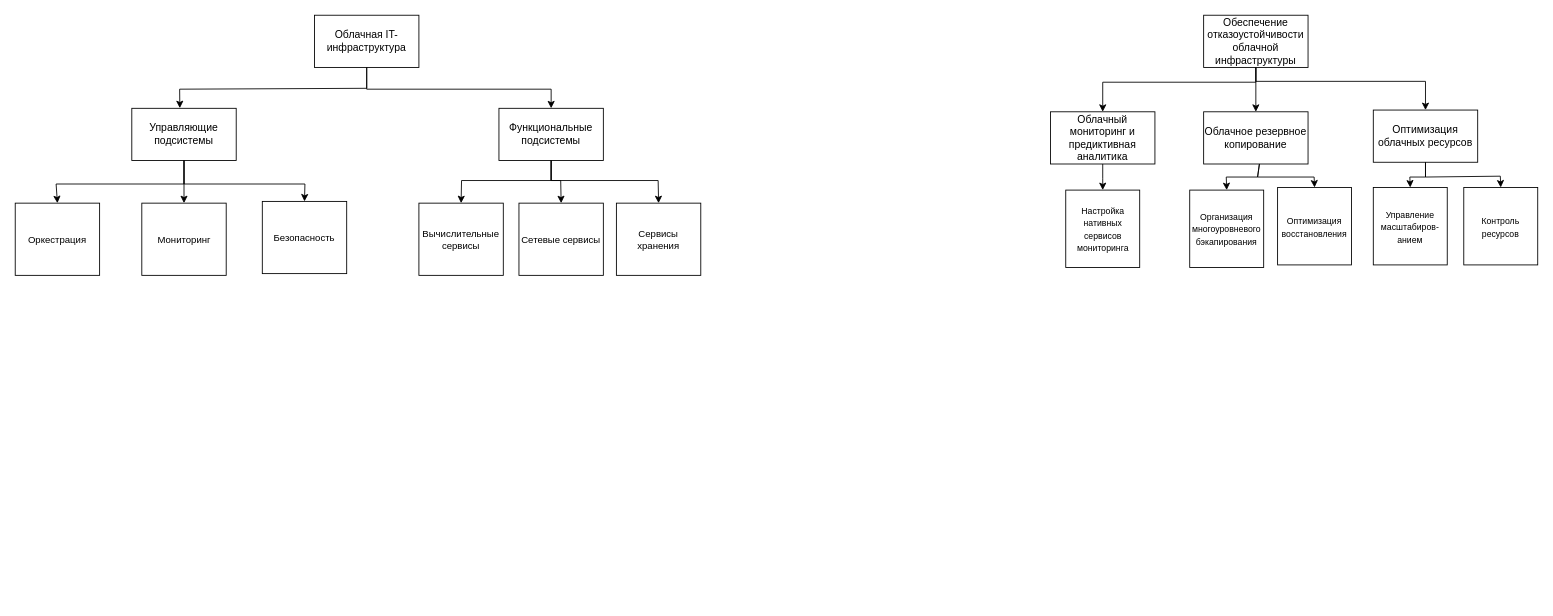
Above: СистемныйАнализ.drawio in yastrov/exemplar1 (draw.io), before the change. Source tidied: cells renumbered, new cells numbered last; positions are measured from the earlier drawing's top-left corner, leaving out a move shared by most shapes. Both pictures are drawn from the tidied source at 87%, with x=0, y=0 at pixel (15, 15).
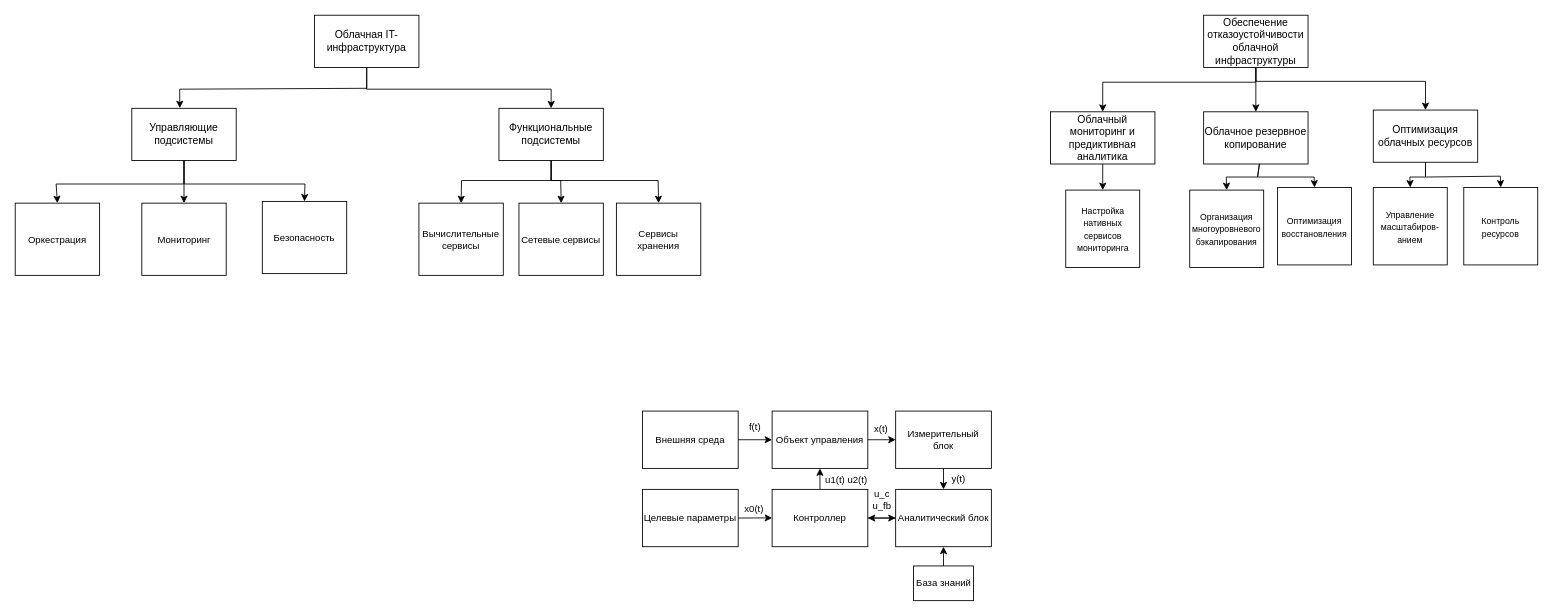
After the change.

Diff of the diagram source:
```diff
@@
+    <mxCell id="36" value="&lt;font style=&quot;color: light-dark(rgb(0, 0, 0), rgb(0, 0, 0));&quot;&gt;Внешняя среда&lt;/font&gt;" style="rounded=0;whiteSpace=wrap;html=1;fillColor=light-dark(#FFFFFF,#FFFFFF);strokeColor=light-dark(#000000,#000000);fontSize=11;" parent="1" vertex="1">
+      <mxGeometry x="721" y="455" width="110" height="65.9" as="geometry" />
+    </mxCell>
+    <mxCell id="37" value="&lt;font style=&quot;color: light-dark(rgb(0, 0, 0), rgb(0, 0, 0));&quot;&gt;Объект управления&lt;/font&gt;" style="rounded=0;whiteSpace=wrap;html=1;fillColor=light-dark(#FFFFFF,#FFFFFF);strokeColor=light-dark(#000000,#000000);fontSize=11;" parent="1" vertex="1">
+      <mxGeometry x="870" y="455" width="110" height="65.9" as="geometry" />
+    </mxCell>
+    <mxCell id="38" value="&lt;font style=&quot;color: light-dark(rgb(0, 0, 0), rgb(0, 0, 0));&quot;&gt;Аналитический блок&lt;/font&gt;" style="rounded=0;whiteSpace=wrap;html=1;fillColor=light-dark(#FFFFFF,#FFFFFF);strokeColor=light-dark(#000000,#000000);fontSize=11;" parent="1" vertex="1">
+      <mxGeometry x="1012" y="545" width="110" height="65.9" as="geometry" />
+    </mxCell>
+    <mxCell id="39" value="&lt;font style=&quot;color: light-dark(rgb(0, 0, 0), rgb(0, 0, 0));&quot;&gt;Контроллер&lt;/font&gt;" style="rounded=0;whiteSpace=wrap;html=1;fillColor=light-dark(#FFFFFF,#FFFFFF);strokeColor=light-dark(#000000,#000000);fontSize=11;" parent="1" vertex="1">
+      <mxGeometry x="870" y="545" width="110" height="65.9" as="geometry" />
+    </mxCell>
+    <mxCell id="40" value="&lt;font style=&quot;color: light-dark(rgb(0, 0, 0), rgb(0, 0, 0));&quot;&gt;Измерительный блок&lt;/font&gt;" style="rounded=0;whiteSpace=wrap;html=1;fillColor=light-dark(#FFFFFF,#FFFFFF);strokeColor=light-dark(#000000,#000000);fontSize=11;" parent="1" vertex="1">
+      <mxGeometry x="1012" y="455" width="110" height="65.9" as="geometry" />
+    </mxCell>
+    <mxCell id="41" value="&lt;font style=&quot;color: light-dark(rgb(0, 0, 0), rgb(0, 0, 0));&quot;&gt;Целевые параметры&lt;/font&gt;" style="rounded=0;whiteSpace=wrap;html=1;fillColor=light-dark(#FFFFFF,#FFFFFF);strokeColor=light-dark(#000000,#000000);fontSize=11;" parent="1" vertex="1">
+      <mxGeometry x="721" y="545" width="110" height="65.9" as="geometry" />
+    </mxCell>
+    <mxCell id="42" value="&lt;font style=&quot;color: light-dark(rgb(0, 0, 0), rgb(0, 0, 0));&quot;&gt;База знаний&lt;/font&gt;" style="rounded=0;whiteSpace=wrap;html=1;fillColor=light-dark(#FFFFFF,#FFFFFF);strokeColor=light-dark(#000000,#000000);fontSize=11;" parent="1" vertex="1">
+      <mxGeometry x="1032.5" y="633" width="69" height="39.9" as="geometry" />
+    </mxCell>
+    <mxCell id="43" value="f(t)" style="endArrow=classic;html=1;rounded=0;strokeColor=light-dark(#000000,#000000);exitX=1;exitY=0.5;exitDx=0;exitDy=0;entryX=0;entryY=0.5;entryDx=0;entryDy=0;fontColor=light-dark(#000000,#000000);labelBackgroundColor=light-dark(#FFFFFF,#FFFFFF);" parent="1" edge="1" source="36" target="37">
+      <mxGeometry x="-0.03" y="15" relative="1" as="geometry" />
+    </mxCell>
+    <mxCell id="44" style="endArrow=classic;html=1;rounded=0;strokeColor=light-dark(#000000,#000000);exitX=0.5;exitY=0;exitDx=0;exitDy=0;entryX=0.5;entryY=1;entryDx=0;entryDy=0;" parent="1" edge="1" source="39" target="37">
+      <mxGeometry relative="1" as="geometry" />
+    </mxCell>
+    <mxCell id="45" value="u1(t) u2(t)" style="edgeLabel;html=1;align=center;verticalAlign=middle;labelBackgroundColor=light-dark(#FFFFFF,#FFFFFF);fontColor=light-dark(#000000,#000000);" parent="44" vertex="1">
+      <mxGeometry x="-0.03" relative="1" as="geometry">
+        <mxPoint x="29" as="offset" />
+      </mxGeometry>
+    </mxCell>
+    <mxCell id="46" style="endArrow=classic;html=1;rounded=0;strokeColor=light-dark(#000000,#000000);exitX=0;exitY=0.5;exitDx=0;exitDy=0;entryX=1;entryY=0.5;entryDx=0;entryDy=0;" parent="1" edge="1" source="38" target="39">
+      <mxGeometry relative="1" as="geometry" />
+    </mxCell>
+    <mxCell id="47" style="endArrow=classic;html=1;rounded=0;strokeColor=light-dark(#000000,#000000);exitX=1;exitY=0.5;exitDx=0;exitDy=0;entryX=0;entryY=0.5;entryDx=0;entryDy=0;" parent="1" edge="1" source="37" target="40">
+      <mxGeometry relative="1" as="geometry" />
+    </mxCell>
+    <mxCell id="48" value="&lt;font style=&quot;color: light-dark(rgb(0, 0, 0), rgb(0, 0, 0)); background-color: light-dark(rgb(255, 255, 255), rgb(255, 255, 255));&quot;&gt;x(t)&lt;/font&gt;" style="edgeLabel;html=1;align=center;verticalAlign=middle;" parent="47" vertex="1">
+      <mxGeometry x="-0.01" y="-1" relative="1" as="geometry">
+        <mxPoint x="-2" y="-13" as="offset" />
+      </mxGeometry>
+    </mxCell>
+    <mxCell id="49" style="endArrow=classic;html=1;rounded=0;strokeColor=light-dark(#000000,#000000);exitX=1;exitY=0.5;exitDx=0;exitDy=0;entryX=0;entryY=0.5;entryDx=0;entryDy=0;" parent="1" edge="1" source="41" target="39">
+      <mxGeometry relative="1" as="geometry">
+        <Array as="points">
+          <mxPoint x="862" y="577.8" />
+        </Array>
+      </mxGeometry>
+    </mxCell>
+    <mxCell id="50" value="&lt;font style=&quot;color: light-dark(rgb(0, 0, 0), rgb(0, 0, 0));&quot;&gt;x0(t)&lt;/font&gt;" style="edgeLabel;html=1;align=center;verticalAlign=middle;labelBackgroundColor=light-dark(#FFFFFF,#FFFFFF);" parent="49" vertex="1">
+      <mxGeometry x="0.02" y="1" relative="1" as="geometry">
+        <mxPoint x="-2" y="-9" as="offset" />
+      </mxGeometry>
+    </mxCell>
+    <mxCell id="51" style="endArrow=classic;html=1;rounded=0;strokeColor=light-dark(#000000,#000000);exitX=0.5;exitY=0;exitDx=0;exitDy=0;entryX=0.5;entryY=1;entryDx=0;entryDy=0;" parent="1" edge="1" source="42" target="38">
+      <mxGeometry relative="1" as="geometry" />
+    </mxCell>
+    <mxCell id="52" style="endArrow=classic;html=1;rounded=0;strokeColor=light-dark(#000000,#000000);exitX=0.5;exitY=1;exitDx=0;exitDy=0;entryX=0.5;entryY=0;entryDx=0;entryDy=0;" parent="1" edge="1" source="40" target="38">
+      <mxGeometry relative="1" as="geometry" />
+    </mxCell>
+    <mxCell id="53" value="&lt;font style=&quot;color: light-dark(rgb(0, 0, 0), rgb(0, 0, 0)); background-color: light-dark(rgb(255, 255, 255), rgb(255, 255, 255));&quot;&gt;y(t)&lt;/font&gt;" style="edgeLabel;html=1;align=center;verticalAlign=middle;" parent="52" vertex="1">
+      <mxGeometry x="-0.18" y="1" relative="1" as="geometry">
+        <mxPoint x="15" y="2" as="offset" />
+      </mxGeometry>
+    </mxCell>
+    <mxCell id="54" style="endArrow=classic;html=1;rounded=0;strokeColor=light-dark(#000000,#000000);exitX=1;exitY=0.5;exitDx=0;exitDy=0;entryX=0;entryY=0.5;entryDx=0;entryDy=0;labelBackgroundColor=light-dark(#FFFFFF,#FFFFFF);fontColor=light-dark(#000000,#000000);" parent="1" edge="1" source="39" target="38">
+      <mxGeometry relative="1" as="geometry" />
+    </mxCell>
+    <mxCell id="55" value="&lt;font style=&quot;&quot;&gt;u_c&lt;/font&gt;&lt;div&gt;&lt;font style=&quot;&quot;&gt;u&lt;/font&gt;&lt;font style=&quot;&quot;&gt;_fb&lt;/font&gt;&lt;/div&gt;" style="edgeLabel;html=1;align=center;verticalAlign=middle;fontColor=light-dark(#000000,#000000);labelBackgroundColor=light-dark(#FFFFFF,#FFFFFF);" parent="54" vertex="1">
+      <mxGeometry x="-0.04" y="1" relative="1" as="geometry">
+        <mxPoint y="-20" as="offset" />
+      </mxGeometry>
+    </mxCell>
```
